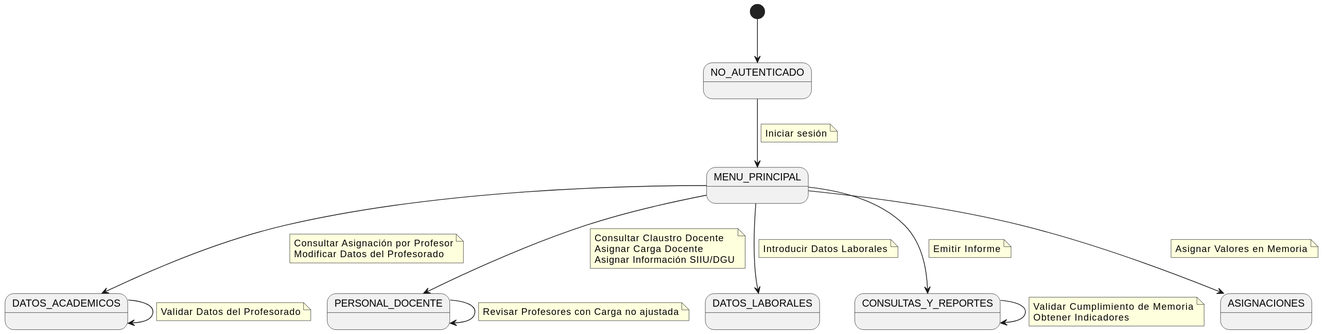
mmasias/24-25-IdSw1-SDR keeps this PlantUML diagram as images/modelosUML/CdU/DiagramaDeContexto/Administrador.svg. Above is the earlier version.
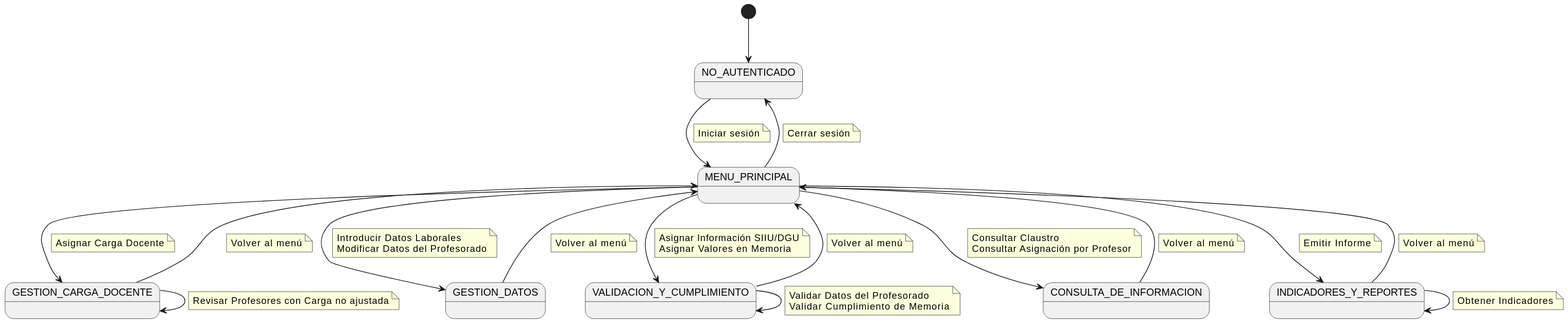
After the change.

What changed in the source:
```diff
@@ -1,11 +1,11 @@
 @startuml
 state "NO_AUTENTICADO" as NoAuth
 state "MENU_PRINCIPAL" as Menu
-state "DATOS_ACADEMICOS" as Acad
-state "PERSONAL_DOCENTE" as Pers
-state "DATOS_LABORALES" as Lab
-state "CONSULTAS_Y_REPORTES" as Cons
-state "ASIGNACIONES" as Asig
+state "GESTION_CARGA_DOCENTE" as Car
+state "GESTION_DATOS" as Dat
+state "VALIDACION_Y_CUMPLIMIENTO" as Val
+state "CONSULTA_DE_INFORMACION" as Inf
+state "INDICADORES_Y_REPORTES" as Ind
 
 [*] --> NoAuth
 
@@ -14,47 +14,77 @@
     Iniciar sesión
 end note
 
-Menu --> Acad
+Menu --> Car
 note on link
-    Consultar Asignación por Profesor
-    Modificar Datos del Profesorado
+  Asignar Carga Docente
 end note
 
-Menu --> Pers
+Menu --> Dat
 note on link
-    Consultar Claustro Docente
-    Asignar Carga Docente
-    Asignar Información SIIU/DGU
+  Introducir Datos Laborales
+  Modificar Datos del Profesorado
 end note
 
-Menu --> Lab
+Menu --> Val
 note on link
-    Introducir Datos Laborales
+  Asignar Información SIIU/DGU
+  Asignar Valores en Memoria
 end note
 
-Menu --> Cons
+Menu --> Inf
 note on link
-    Emitir Informe
+  Consultar Claustro
+  Consultar Asignación por Profesor
 end note
 
-Menu --> Asig
+Menu --> Ind
 note on link
-    Asignar Valores en Memoria
+  Emitir Informe
 end note
 
-Acad --> Acad
+Car --> Car
 note on link
-    Validar Datos del Profesorado
+  Revisar Profesores con Carga no ajustada
 end note
 
-Cons --> Cons
+Val --> Val
 note on link
-    Validar Cumplimiento de Memoria
-    Obtener Indicadores
+  Validar Datos del Profesorado
+  Validar Cumplimiento de Memoria
 end note
 
-Pers --> Pers
+Ind --> Ind
 note on link
-    Revisar Profesores con Carga no ajustada
+  Obtener Indicadores
+end note
+
+Car --> Menu
+note on link
+    Volver al menú
+end note
+
+Dat --> Menu
+note on link
+    Volver al menú
+end note
+
+Val --> Menu
+note on link
+    Volver al menú
+end note
+
+Inf --> Menu
+note on link
+    Volver al menú
+end note
+
+Ind --> Menu
+note on link
+    Volver al menú
+end note
+
+Menu --> NoAuth
+note on link
+    Cerrar sesión
 end note
 @enduml
```
